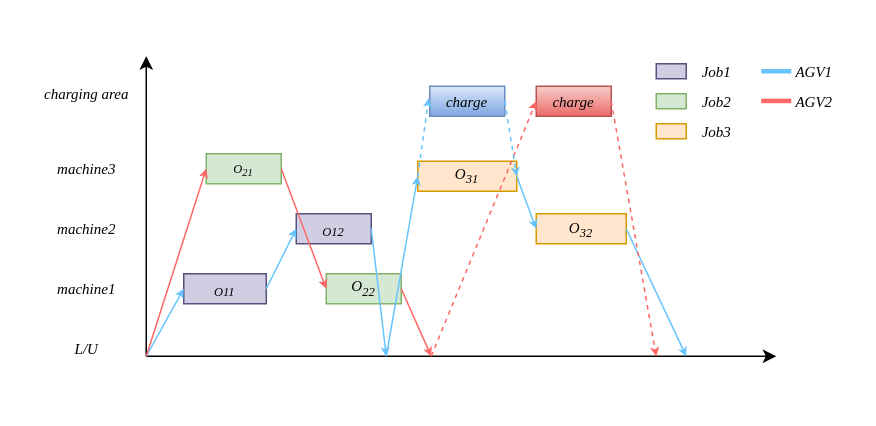
This is gante.drawio from aslongaslihappy/algorithm, a draw.io file, before an edit. Source tidied: cells renumbered, new cells numbered last; positions are measured from the earlier drawing's top-left corner, leaving out a move shared by most shapes. Both pictures are drawn from the tidied source at 150%, with x=0, y=0 at pixel (26, 48).
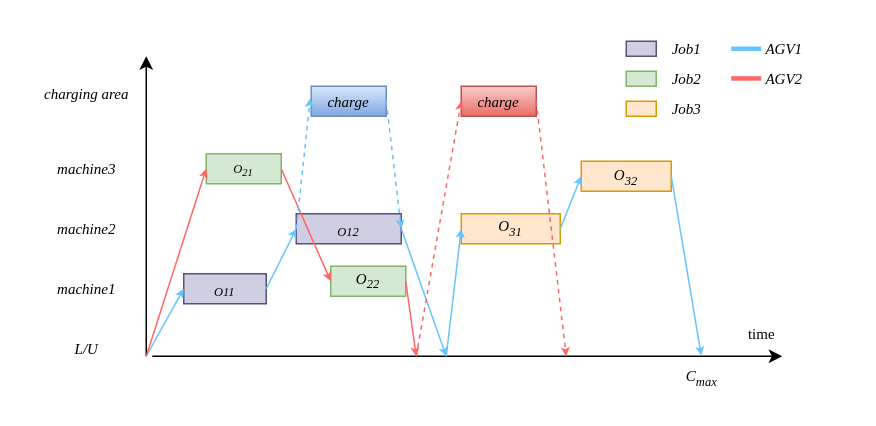
The same diagram, later.

Change to the diagram source:
```diff
@@
     <mxCell id="2" style="endArrow=classic;html=1;rounded=0;" parent="1" edge="1">
       <mxGeometry relative="1" as="geometry">
-        <mxPoint x="80" y="205" as="sourcePoint" />
-        <mxPoint x="500" y="205" as="targetPoint" />
+        <mxPoint x="84" y="205" as="sourcePoint" />
+        <mxPoint x="504" y="205" as="targetPoint" />
       </mxGeometry>
     </mxCell>
@@
     <mxCell id="10" value="&lt;sub&gt;&lt;span&gt;O&lt;/span&gt;12&lt;/sub&gt;" style="rounded=0;whiteSpace=wrap;html=1;fontSize=10;fontFamily=Times New Roman;fontStyle=2;fillColor=#d0cee2;strokeColor=#56517e;" parent="1" vertex="1">
-      <mxGeometry x="180" y="110" width="50" height="20" as="geometry" />
+      <mxGeometry x="180" y="110" width="70" height="20" as="geometry" />
     </mxCell>
     <mxCell id="11" value="O&lt;sub&gt;22&lt;/sub&gt;" style="rounded=0;whiteSpace=wrap;html=1;fontSize=10;fontStyle=2;fontFamily=Times New Roman;fillColor=#d5e8d4;strokeColor=#82b366;" parent="1" vertex="1">
-      <mxGeometry x="200" y="150" width="50" height="20" as="geometry" />
+      <mxGeometry x="203" y="145" width="50" height="20" as="geometry" />
     </mxCell>
     <mxCell id="12" value="&lt;font&gt;O&lt;sub&gt;31&lt;/sub&gt;&lt;/font&gt;" style="rounded=0;whiteSpace=wrap;html=1;fontFamily=Times New Roman;fillColor=#ffe6cc;strokeColor=#d79b00;fontStyle=2;fontSize=10;" parent="1" vertex="1">
-      <mxGeometry x="261" y="75" width="66" height="20" as="geometry" />
+      <mxGeometry x="290" y="110" width="66" height="20" as="geometry" />
     </mxCell>
     <mxCell id="13" value="charge" style="rounded=0;whiteSpace=wrap;html=1;fontFamily=Times New Roman;fontStyle=2;fontSize=10;fillColor=#f8cecc;strokeColor=#b85450;gradientColor=#ea6b66;" parent="1" vertex="1">
-      <mxGeometry x="340" y="25" width="50" height="20" as="geometry" />
+      <mxGeometry x="290" y="25" width="50" height="20" as="geometry" />
     </mxCell>
     <mxCell id="14" value="charge" style="rounded=0;whiteSpace=wrap;html=1;fontFamily=Times New Roman;fontStyle=2;fontSize=10;fillColor=#dae8fc;gradientColor=#7ea6e0;strokeColor=#6c8ebf;" parent="1" vertex="1">
-      <mxGeometry x="269" y="25" width="50" height="20" as="geometry" />
+      <mxGeometry x="190" y="25" width="50" height="20" as="geometry" />
     </mxCell>
     <mxCell id="15" value="&lt;font style=&quot;font-size: 10px;&quot;&gt;&lt;i&gt;O&lt;sub style=&quot;&quot;&gt;32&lt;/sub&gt;&lt;/i&gt;&lt;/font&gt;" style="rounded=0;whiteSpace=wrap;html=1;fontFamily=Times New Roman;fillColor=#ffe6cc;strokeColor=#d79b00;" parent="1" vertex="1">
-      <mxGeometry x="340" y="110" width="60" height="20" as="geometry" />
+      <mxGeometry x="370" y="75" width="60" height="20" as="geometry" />
     </mxCell>
@@
     <mxCell id="21" style="endArrow=classic;html=1;rounded=0;strokeColor=light-dark(#66c4ff, #004a4a);jumpSize=6;endSize=3;exitX=1;exitY=0.5;exitDx=0;exitDy=0;" parent="1" edge="1" source="10">
       <mxGeometry relative="1" as="geometry">
-        <mxPoint x="240" y="205" as="targetPoint" />
+        <mxPoint x="280" y="205" as="targetPoint" />
       </mxGeometry>
     </mxCell>
     <mxCell id="22" style="endArrow=classic;html=1;rounded=0;strokeColor=light-dark(#66c4ff, #004a4a);jumpSize=6;endSize=3;entryX=0;entryY=0.5;entryDx=0;entryDy=0;" parent="1" edge="1" target="12">
       <mxGeometry relative="1" as="geometry">
-        <mxPoint x="240" y="205" as="sourcePoint" />
+        <mxPoint x="280" y="205" as="sourcePoint" />
       </mxGeometry>
     </mxCell>
     <mxCell id="23" style="endArrow=classic;html=1;rounded=0;strokeColor=#FF6666;endSize=3;fillColor=#fad9d5;exitX=1;exitY=0.5;exitDx=0;exitDy=0;" parent="1" edge="1" source="11">
       <mxGeometry relative="1" as="geometry">
-        <mxPoint x="270" y="205" as="targetPoint" />
+        <mxPoint x="260" y="205" as="targetPoint" />
       </mxGeometry>
     </mxCell>
-    <mxCell id="24" style="endArrow=classic;html=1;rounded=0;strokeColor=light-dark(#66c4ff, #004a4a);jumpSize=6;endSize=3;entryX=-0.013;entryY=0.4;entryDx=0;entryDy=0;entryPerimeter=0;exitX=0;exitY=0.5;exitDx=0;exitDy=0;dashed=1;" parent="1" edge="1" source="12" target="14">
+    <mxCell id="24" style="endArrow=classic;html=1;rounded=0;strokeColor=light-dark(#66c4ff, #004a4a);jumpSize=6;endSize=3;entryX=-0.013;entryY=0.4;entryDx=0;entryDy=0;entryPerimeter=0;exitX=0;exitY=0.5;exitDx=0;exitDy=0;dashed=1;" parent="1" edge="1" source="10" target="14">
       <mxGeometry relative="1" as="geometry" />
     </mxCell>
-    <mxCell id="25" style="endArrow=classic;html=1;rounded=0;strokeColor=#FF6666;endSize=3;fillColor=#fad9d5;entryX=0;entryY=0.5;entryDx=0;entryDy=0;dashed=1;" parent="1" edge="1" target="13">
-      <mxGeometry relative="1" as="geometry">
-        <mxPoint x="270" y="205" as="sourcePoint" />
-      </mxGeometry>
-    </mxCell>
-    <mxCell id="26" style="endArrow=classic;html=1;rounded=0;strokeColor=light-dark(#66c4ff, #004a4a);jumpSize=6;endSize=3;entryX=1;entryY=0.5;entryDx=0;entryDy=0;exitX=1;exitY=0.5;exitDx=0;exitDy=0;dashed=1;" parent="1" edge="1" source="14" target="12">
+    <mxCell id="26" style="endArrow=classic;html=1;rounded=0;strokeColor=light-dark(#66c4ff, #004a4a);jumpSize=6;endSize=3;entryX=1;entryY=0.5;entryDx=0;entryDy=0;exitX=1;exitY=0.5;exitDx=0;exitDy=0;dashed=1;" parent="1" edge="1" source="14" target="10">
       <mxGeometry relative="1" as="geometry" />
     </mxCell>
@@
-    <mxCell id="28" style="endArrow=classic;html=1;rounded=0;strokeColor=light-dark(#66c4ff, #004a4a);jumpSize=6;endSize=3;exitX=1;exitY=0.5;exitDx=0;exitDy=0;" parent="1" edge="1" source="15">
-      <mxGeometry relative="1" as="geometry">
-        <mxPoint x="440" y="205" as="targetPoint" />
-      </mxGeometry>
+    <mxCell id="28" style="endArrow=classic;html=1;rounded=0;strokeColor=light-dark(#66c4ff, #004a4a);jumpSize=6;endSize=3;exitX=1;exitY=0.5;exitDx=0;exitDy=0;entryX=0.5;entryY=-0.018;entryDx=0;entryDy=0;entryPerimeter=0;" parent="1" edge="1" source="15" target="42">
+      <mxGeometry relative="1" as="geometry" />
     </mxCell>
     <mxCell id="29" style="endArrow=classic;html=1;rounded=0;strokeColor=#FF6666;endSize=3;fillColor=#fad9d5;dashed=1;exitX=1;exitY=0.5;exitDx=0;exitDy=0;" parent="1" edge="1" source="13">
       <mxGeometry relative="1" as="geometry">
-        <mxPoint x="420" y="205" as="targetPoint" />
+        <mxPoint x="360" y="205" as="targetPoint" />
       </mxGeometry>
     </mxCell>
     <mxCell id="30" style="rounded=0;whiteSpace=wrap;html=1;fontSize=10;fontFamily=Times New Roman;fontStyle=2;fillColor=#d0cee2;strokeColor=#56517e;" parent="1" vertex="1">
-      <mxGeometry x="420" y="10" width="20" height="10" as="geometry" />
+      <mxGeometry x="400" y="-5" width="20" height="10" as="geometry" />
     </mxCell>
     <mxCell id="31" style="rounded=0;whiteSpace=wrap;html=1;fontSize=10;fontStyle=2;fontFamily=Times New Roman;fillColor=#d5e8d4;strokeColor=#82b366;" parent="1" vertex="1">
-      <mxGeometry x="420" y="30" width="20" height="10" as="geometry" />
+      <mxGeometry x="400" y="15" width="20" height="10" as="geometry" />
     </mxCell>
     <mxCell id="32" style="rounded=0;whiteSpace=wrap;html=1;fontFamily=Times New Roman;fillColor=#ffe6cc;strokeColor=#d79b00;" parent="1" vertex="1">
-      <mxGeometry x="420" y="50" width="20" height="10" as="geometry" />
+      <mxGeometry x="400" y="35" width="20" height="10" as="geometry" />
     </mxCell>
     <mxCell id="33" style="endArrow=none;html=1;rounded=0;strokeColor=light-dark(#66c4ff, #004a4a);jumpSize=6;endSize=3;startFill=0;strokeWidth=3;" parent="1" edge="1">
       <mxGeometry relative="1" as="geometry">
-        <mxPoint x="490" y="15" as="sourcePoint" />
-        <mxPoint x="510" y="15" as="targetPoint" />
+        <mxPoint x="470" as="sourcePoint" />
+        <mxPoint x="490" as="targetPoint" />
       </mxGeometry>
     </mxCell>
     <mxCell id="34" style="endArrow=none;html=1;rounded=0;strokeColor=#FF6666;endSize=3;fillColor=#fad9d5;exitX=1;exitY=0.5;exitDx=0;exitDy=0;strokeWidth=3;startFill=0;" parent="1" edge="1">
       <mxGeometry relative="1" as="geometry">
-        <mxPoint x="490" y="34.8" as="sourcePoint" />
-        <mxPoint x="510" y="34.8" as="targetPoint" />
+        <mxPoint x="470" y="19.8" as="sourcePoint" />
+        <mxPoint x="490" y="19.8" as="targetPoint" />
       </mxGeometry>
     </mxCell>
     <mxCell id="35" value="AGV1" style="text;html=1;align=center;verticalAlign=middle;strokeColor=none;fillColor=none;fontSize=10;fontFamily=Times New Roman;fontStyle=2;" parent="1" vertex="1">
-      <mxGeometry x="500" width="50" height="30" as="geometry" />
+      <mxGeometry x="480" y="-15" width="50" height="30" as="geometry" />
     </mxCell>
     <mxCell id="36" value="AGV2" style="text;html=1;align=center;verticalAlign=middle;strokeColor=none;fillColor=none;fontSize=10;fontFamily=Times New Roman;fontStyle=2;" parent="1" vertex="1">
-      <mxGeometry x="500" y="20" width="50" height="30" as="geometry" />
+      <mxGeometry x="480" y="5" width="50" height="30" as="geometry" />
     </mxCell>
     <mxCell id="37" value="Job1" style="text;html=1;align=center;verticalAlign=middle;strokeColor=none;fillColor=none;fontSize=10;fontFamily=Times New Roman;fontStyle=2;" parent="1" vertex="1">
-      <mxGeometry x="440" width="40" height="30" as="geometry" />
+      <mxGeometry x="420" y="-15" width="40" height="30" as="geometry" />
     </mxCell>
     <mxCell id="38" value="Job2" style="text;html=1;align=center;verticalAlign=middle;strokeColor=none;fillColor=none;fontSize=10;fontFamily=Times New Roman;fontStyle=2;" parent="1" vertex="1">
-      <mxGeometry x="440" y="20" width="40" height="30" as="geometry" />
+      <mxGeometry x="420" y="5" width="40" height="30" as="geometry" />
     </mxCell>
     <mxCell id="39" value="Job3" style="text;html=1;align=center;verticalAlign=middle;strokeColor=none;fillColor=none;fontSize=10;fontFamily=Times New Roman;fontStyle=2;" parent="1" vertex="1">
-      <mxGeometry x="440" y="40" width="40" height="30" as="geometry" />
+      <mxGeometry x="420" y="25" width="40" height="30" as="geometry" />
     </mxCell>
+    <mxCell id="40" style="endArrow=classic;html=1;rounded=0;strokeColor=#FF6666;endSize=3;fillColor=#fad9d5;entryX=0;entryY=0.5;entryDx=0;entryDy=0;dashed=1;" parent="1" edge="1" target="13">
+      <mxGeometry relative="1" as="geometry">
+        <mxPoint x="260" y="205" as="sourcePoint" />
+      </mxGeometry>
+    </mxCell>
+    <mxCell id="41" value="time" style="text;html=1;align=center;verticalAlign=middle;strokeColor=none;fillColor=none;fontSize=10;fontFamily=Times New Roman;fontStyle=0;" parent="1" vertex="1">
+      <mxGeometry x="470" y="175" width="40" height="30" as="geometry" />
+    </mxCell>
+    <mxCell id="42" value="C&lt;sub&gt;max&lt;/sub&gt;" style="text;html=1;align=center;verticalAlign=middle;points=[];strokeColor=none;fillColor=none;fontSize=10;fontFamily=Times New Roman;fontStyle=2;" parent="1" vertex="1">
+      <mxGeometry x="430" y="205" width="40" height="30" as="geometry" />
+    </mxCell>
```
